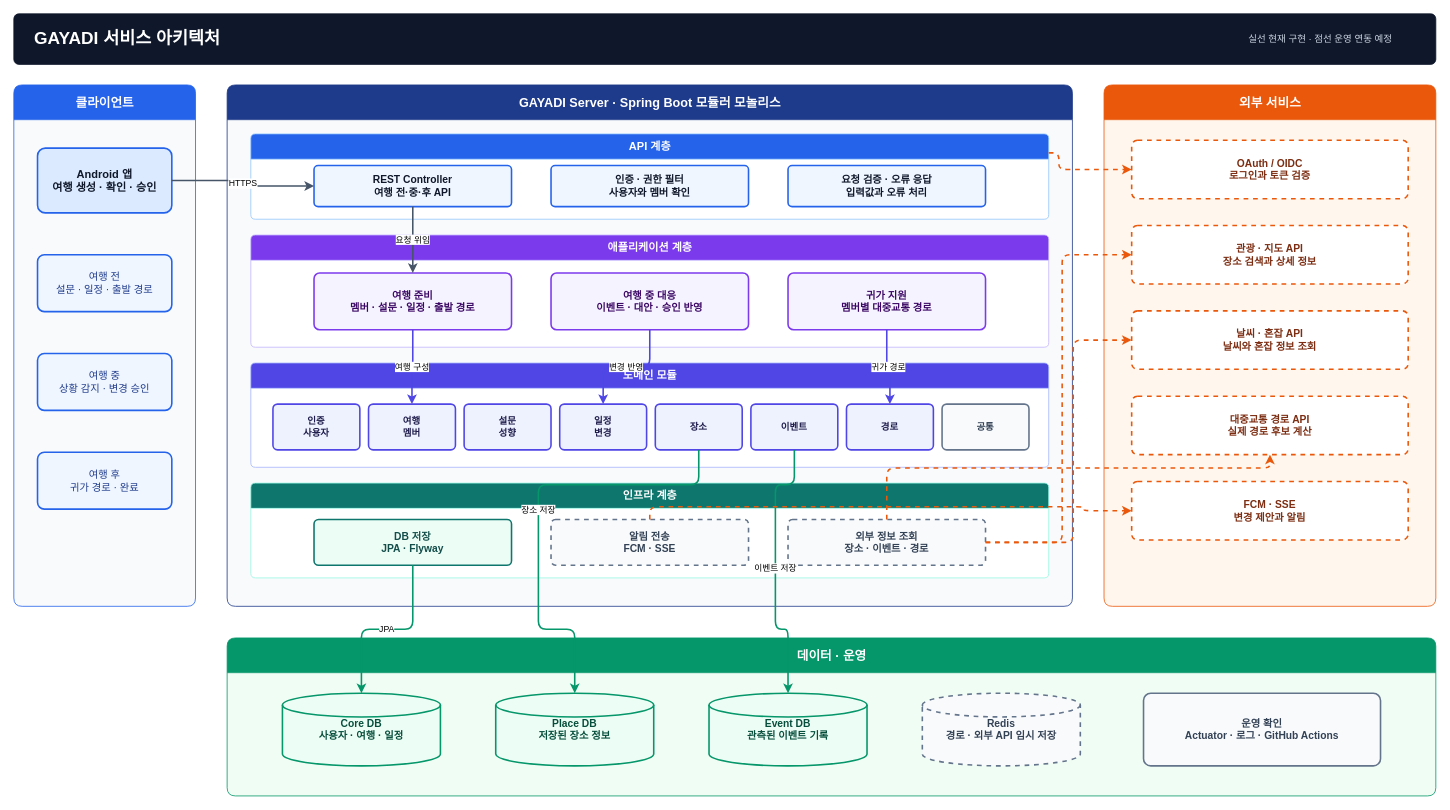
This is docs/presentation/gayadi-service-architecture.drawio from TEAM-DOONOW/Gayadi-Server, a draw.io file, before an edit. Source tidied: cells renumbered, new cells numbered last; positions are measured from the earlier drawing's top-left corner, leaving out a move shared by most shapes. Both pictures are drawn from the tidied source at 79%, with x=0, y=0 at pixel (13, 13).
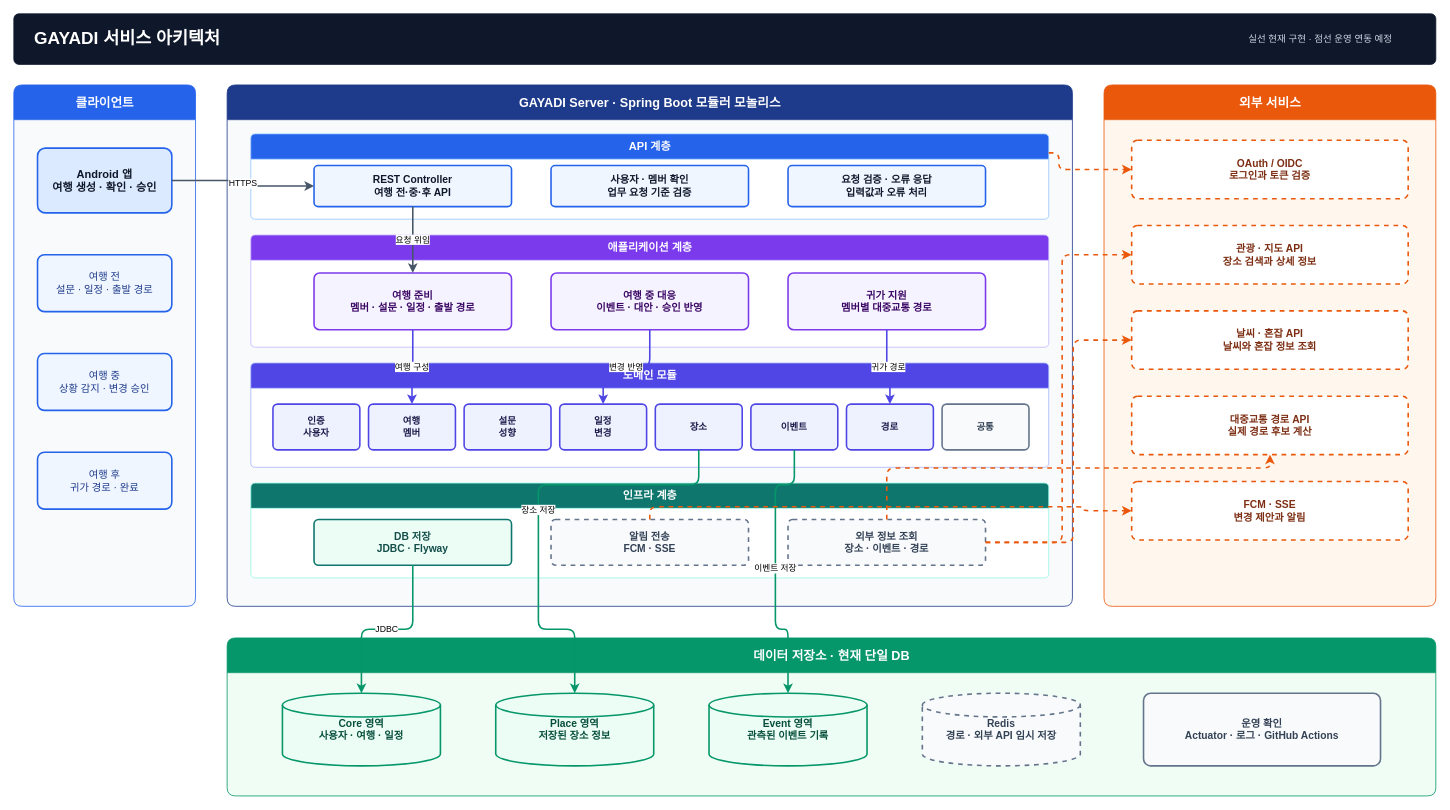
Above is the later version.

The change refers to these unchanged cells:
```xml
<mxCell id="10" value="API 계층" style="swimlane;horizontal=1;startSize=32;rounded=1;html=1;fillColor=#2563EB;swimlaneFillColor=#FFFFFF;strokeColor=#93C5FD;fontColor=#FFFFFF;fontStyle=1;fontSize=14;arcSize=6;" parent="9" vertex="1">
  <mxGeometry x="30" y="62" width="1010" height="108" as="geometry" />
</mxCell>
<mxCell id="27" value="인프라 계층" style="swimlane;horizontal=1;startSize=32;rounded=1;html=1;fillColor=#0F766E;swimlaneFillColor=#FFFFFF;strokeColor=#99F6E4;fontColor=#FFFFFF;fontStyle=1;fontSize=14;arcSize=6;" parent="9" vertex="1">
  <mxGeometry x="30" y="504" width="1010" height="120" as="geometry" />
</mxCell>
```

The edit, as a diff of the source:
```diff
@@
-    <mxCell id="12" value="인증 · 권한 필터&#10;사용자와 멤버 확인" style="rounded=1;whiteSpace=wrap;html=1;fillColor=#EFF6FF;strokeColor=#2563EB;strokeWidth=2;fontColor=#0F172A;fontSize=13;fontStyle=1;arcSize=10;" parent="10" vertex="1">
+    <mxCell id="12" value="사용자 · 멤버 확인&#10;업무 요청 기준 검증" style="rounded=1;whiteSpace=wrap;html=1;fillColor=#EFF6FF;strokeColor=#2563EB;strokeWidth=2;fontColor=#0F172A;fontSize=13;fontStyle=1;arcSize=10;" parent="10" vertex="1">
       <mxGeometry x="380" y="40" width="250" height="52" as="geometry" />
     </mxCell>
@@
-    <mxCell id="28" value="DB 저장&#10;JPA · Flyway" style="rounded=1;whiteSpace=wrap;html=1;fillColor=#ECFDF5;strokeColor=#0F766E;strokeWidth=2;fontColor=#134E4A;fontSize=13;fontStyle=1;arcSize=10;" parent="27" vertex="1">
+    <mxCell id="28" value="DB 저장&#10;JDBC · Flyway" style="rounded=1;whiteSpace=wrap;html=1;fillColor=#ECFDF5;strokeColor=#0F766E;strokeWidth=2;fontColor=#134E4A;fontSize=13;fontStyle=1;arcSize=10;" parent="27" vertex="1">
       <mxGeometry x="80" y="46" width="250" height="58" as="geometry" />
     </mxCell>
@@
-    <mxCell id="41" value="데이터 · 운영" style="swimlane;horizontal=1;startSize=44;rounded=1;html=1;fillColor=#059669;swimlaneFillColor=#F0FDF4;strokeColor=#059669;fontColor=#FFFFFF;fontStyle=1;fontSize=16;arcSize=8;" parent="1" vertex="1">
+    <mxCell id="41" value="데이터 저장소 · 현재 단일 DB" style="swimlane;horizontal=1;startSize=44;rounded=1;html=1;fillColor=#059669;swimlaneFillColor=#F0FDF4;strokeColor=#059669;fontColor=#FFFFFF;fontStyle=1;fontSize=16;arcSize=8;" parent="1" vertex="1">
       <mxGeometry x="270" y="790" width="1530" height="200" as="geometry" />
     </mxCell>
-    <mxCell id="42" value="Core DB&#10;사용자 · 여행 · 일정" style="shape=cylinder3;whiteSpace=wrap;html=1;fillColor=#ECFDF5;strokeColor=#059669;strokeWidth=2;fontColor=#064E3B;fontSize=13;fontStyle=1;" parent="41" vertex="1">
+    <mxCell id="42" value="Core 영역&#10;사용자 · 여행 · 일정" style="shape=cylinder3;whiteSpace=wrap;html=1;fillColor=#ECFDF5;strokeColor=#059669;strokeWidth=2;fontColor=#064E3B;fontSize=13;fontStyle=1;" parent="41" vertex="1">
       <mxGeometry x="70" y="70" width="200" height="92" as="geometry" />
     </mxCell>
-    <mxCell id="43" value="Place DB&#10;저장된 장소 정보" style="shape=cylinder3;whiteSpace=wrap;html=1;fillColor=#ECFDF5;strokeColor=#059669;strokeWidth=2;fontColor=#064E3B;fontSize=13;fontStyle=1;" parent="41" vertex="1">
+    <mxCell id="43" value="Place 영역&#10;저장된 장소 정보" style="shape=cylinder3;whiteSpace=wrap;html=1;fillColor=#ECFDF5;strokeColor=#059669;strokeWidth=2;fontColor=#064E3B;fontSize=13;fontStyle=1;" parent="41" vertex="1">
       <mxGeometry x="340" y="70" width="200" height="92" as="geometry" />
     </mxCell>
-    <mxCell id="44" value="Event DB&#10;관측된 이벤트 기록" style="shape=cylinder3;whiteSpace=wrap;html=1;fillColor=#ECFDF5;strokeColor=#059669;strokeWidth=2;fontColor=#064E3B;fontSize=13;fontStyle=1;" parent="41" vertex="1">
+    <mxCell id="44" value="Event 영역&#10;관측된 이벤트 기록" style="shape=cylinder3;whiteSpace=wrap;html=1;fillColor=#ECFDF5;strokeColor=#059669;strokeWidth=2;fontColor=#064E3B;fontSize=13;fontStyle=1;" parent="41" vertex="1">
       <mxGeometry x="610" y="70" width="200" height="92" as="geometry" />
     </mxCell>
@@
-    <mxCell id="48" value="JPA" style="edgeStyle=orthogonalEdgeStyle;rounded=1;html=1;strokeWidth=2;strokeColor=#059669;endArrow=classic;labelBackgroundColor=#FFFFFF;curved=0;" parent="1" edge="1" source="28" target="42">
+    <mxCell id="48" value="JDBC" style="edgeStyle=orthogonalEdgeStyle;rounded=1;html=1;strokeWidth=2;strokeColor=#059669;endArrow=classic;labelBackgroundColor=#FFFFFF;curved=0;" parent="1" edge="1" source="28" target="42">
       <mxGeometry relative="1" as="geometry">
         <Array as="points">
           <mxPoint x="505" y="779" />
           <mxPoint x="440" y="779" />
         </Array>
       </mxGeometry>
     </mxCell>
```
